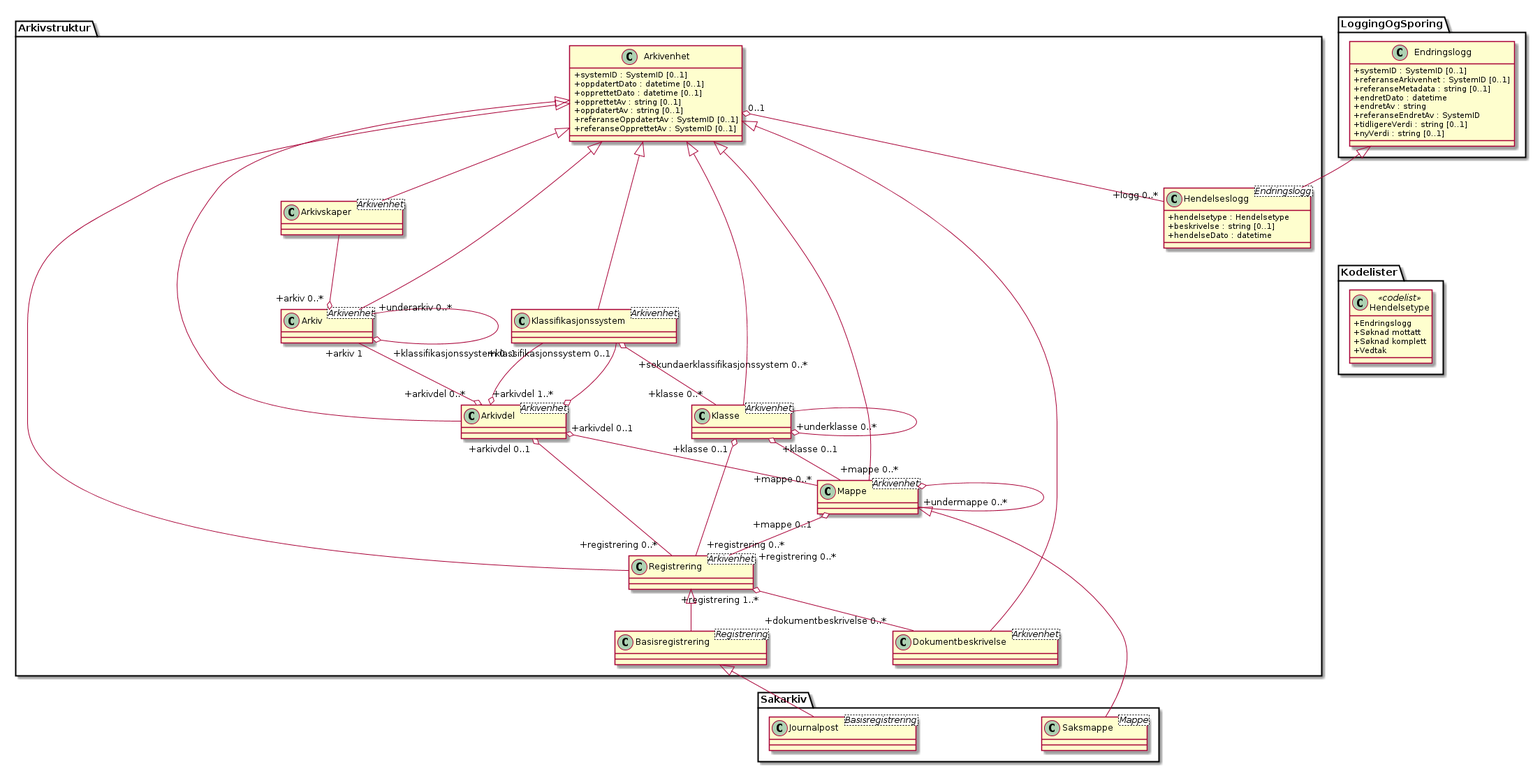
Earlier version of the PlantUML export kapitler/media/uml-arkivstruktur-arkivenhet-som-basis-klasse.png (arkivverket/noark5-tjenestegrensesnitt-standard).
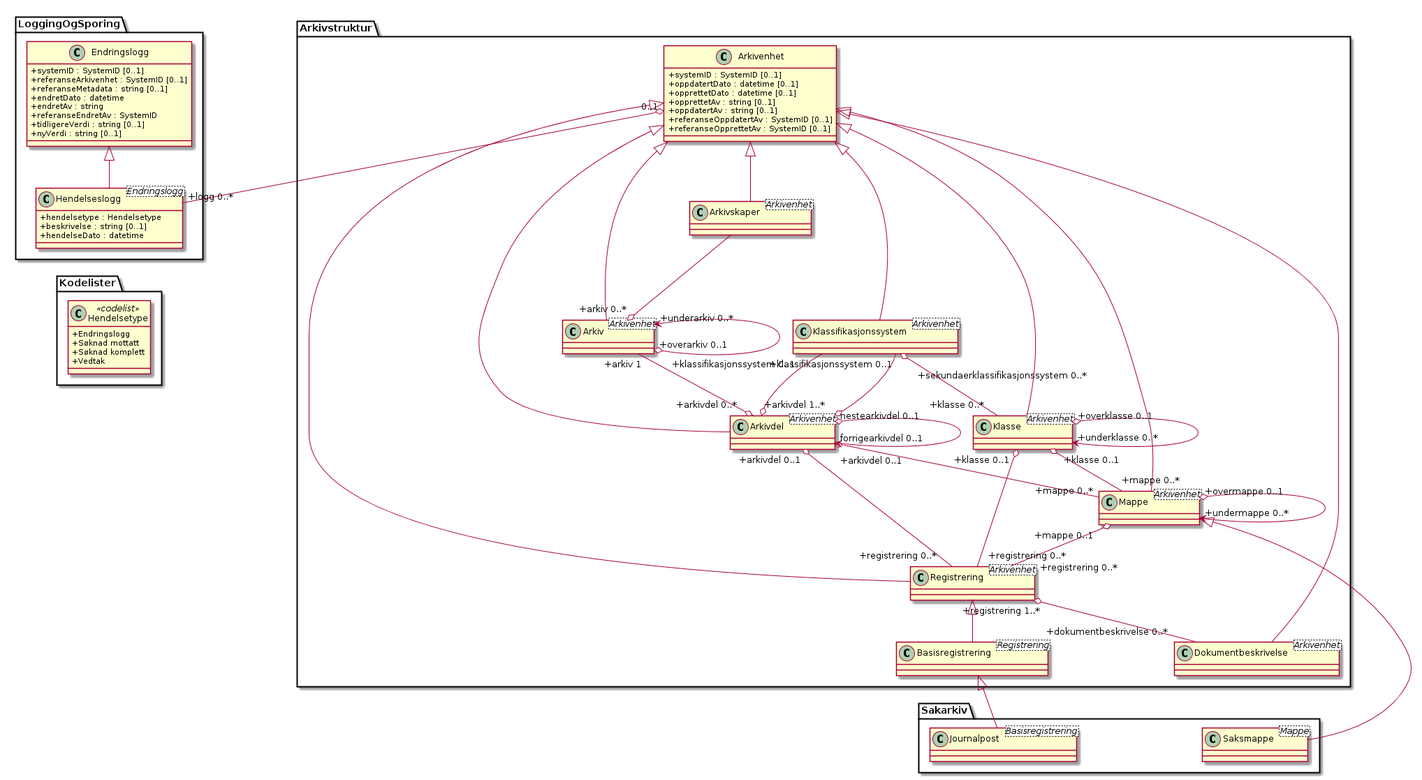
Above is the later version.

Diff of the diagram source:
```diff
@@ -26,7 +26,7 @@
 Arkivstruktur.Arkivenhet <|-- Arkivstruktur.Arkivskaper
 Arkivstruktur.Arkivenhet <|--  Arkivstruktur.Arkiv
 Arkivstruktur.Arkivskaper --o "+arkiv 0..*" Arkivstruktur.Arkiv
-Arkivstruktur.Arkiv "+underarkiv 0..*" --o Arkivstruktur.Arkiv
+Arkivstruktur.Arkiv "+underarkiv 0..*" <--o "+overarkiv 0..1" Arkivstruktur.Arkiv
 Arkivstruktur.Arkiv "+arkiv 1" --o "+arkivdel 0..*" Arkivstruktur.Arkivdel
 Arkivstruktur.Arkivenhet <|-- Arkivstruktur.Arkivdel
 Arkivstruktur.Arkivenhet <|-- Arkivstruktur.Klassifikasjonssystem
@@ -34,11 +34,12 @@
 Arkivstruktur.Klassifikasjonssystem "\n+sekundaerklassifikasjonssystem 0..*" --o Arkivstruktur.Arkivdel
 Arkivstruktur.Klassifikasjonssystem "+klassifikasjonssystem 0..1" o-- "+klasse 0..*" Arkivstruktur.Klasse
 Arkivstruktur.Arkivenhet <|-- Arkivstruktur.Klasse
-Arkivstruktur.Klasse --o "+underklasse 0..*" Arkivstruktur.Klasse
+Arkivstruktur.Klasse "+overklasse 0..1" o--> "+underklasse 0..*" Arkivstruktur.Klasse
 Arkivstruktur.Arkivenhet <|-- Arkivstruktur.Mappe
 Arkivstruktur.Arkivdel "\n+arkivdel 0..1" o-- "+mappe 0..*" Arkivstruktur.Mappe
+Arkivstruktur.Arkivdel "nestearkivdel 0..1" o--> "forrigearkivdel 0..1" Arkivstruktur.Arkivdel
 Arkivstruktur.Klasse "+klasse 0..1" o-- "+mappe 0..*" Arkivstruktur.Mappe
-Arkivstruktur.Mappe o-- "+undermappe 0..*" Arkivstruktur.Mappe
+Arkivstruktur.Mappe "+overmappe 0..1" o--> "+undermappe 0..*" Arkivstruktur.Mappe
 Arkivstruktur.Mappe <|-- Sakarkiv.Saksmappe
 Arkivstruktur.Arkivenhet <|-- Arkivstruktur.Registrering
 Arkivstruktur.Arkivdel "+arkivdel 0..1" o-- "+registrering 0..*" .Arkivstruktur.Registrering
@@ -60,7 +61,7 @@
   +tidligereVerdi : string [0..1]
   +nyVerdi : string [0..1]
 }
-class Arkivstruktur.Hendelseslogg <Endringslogg> {
+class LoggingOgSporing.Hendelseslogg <Endringslogg> {
   +hendelsetype : Hendelsetype
   +beskrivelse : string [0..1]
   +hendelseDato : datetime
@@ -72,7 +73,7 @@
   +Vedtak
 }
 
-Arkivstruktur.Arkivenhet "0..1" o-- "+logg 0..*" Arkivstruktur.Hendelseslogg
-LoggingOgSporing.Endringslogg <|-- Arkivstruktur.Hendelseslogg
-Arkivstruktur.Hendelseslogg -[hidden]> Kodelister.Hendelsetype
+Arkivstruktur.Arkivenhet "0..1" o-- "+logg 0..*" LoggingOgSporing.Hendelseslogg
+LoggingOgSporing.Endringslogg <|-- LoggingOgSporing.Hendelseslogg
+LoggingOgSporing.Hendelseslogg -[hidden]> Kodelister.Hendelsetype
 @enduml
```
